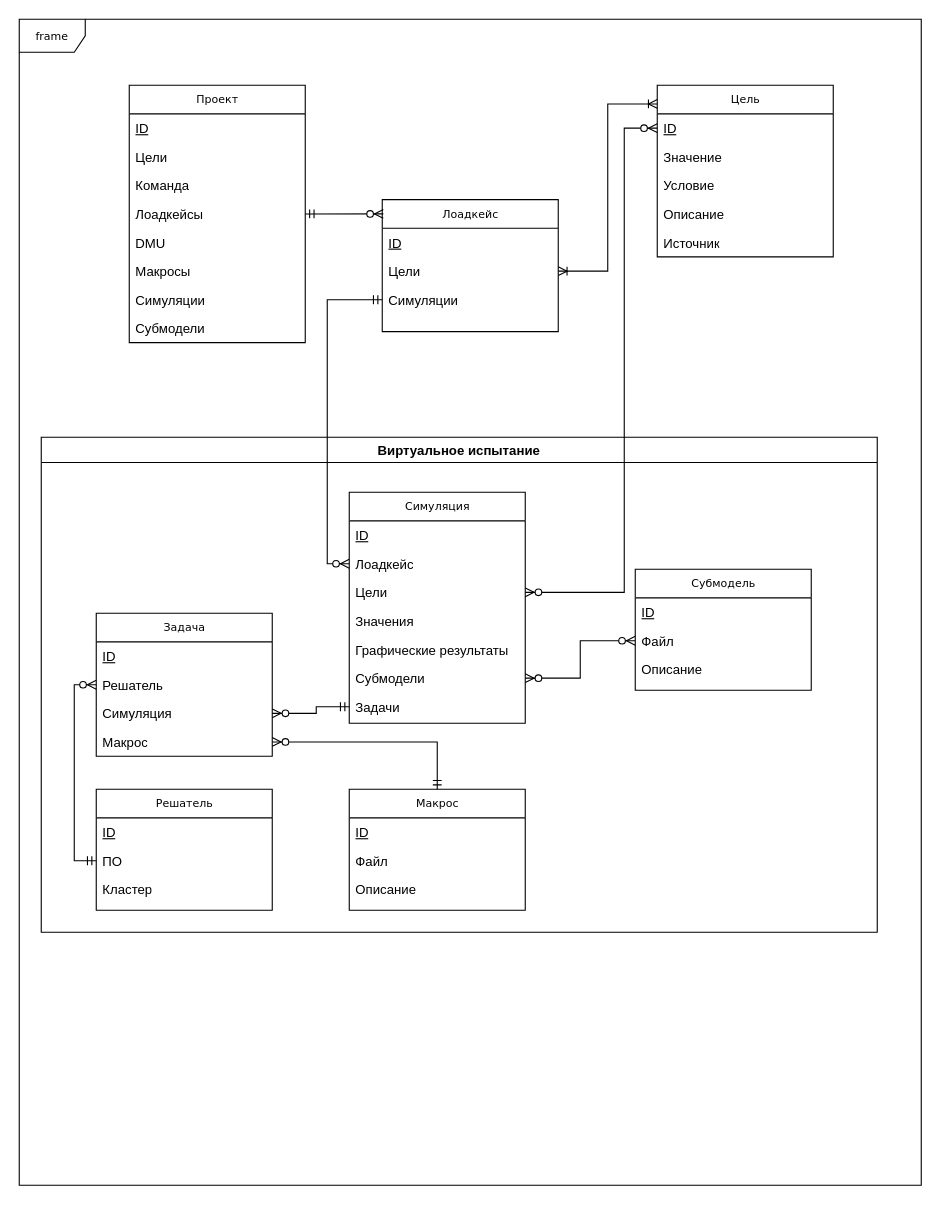
The draw.io diagram class bench diagram.drawio in AleksTikhonov/CML-Bench-API, before the edit. Source tidied: cells renumbered, new cells numbered last; positions are measured from the earlier drawing's top-left corner, leaving out a move shared by most shapes. Both pictures are drawn from the tidied source at 110%, with x=0, y=0 at pixel (19, 19).
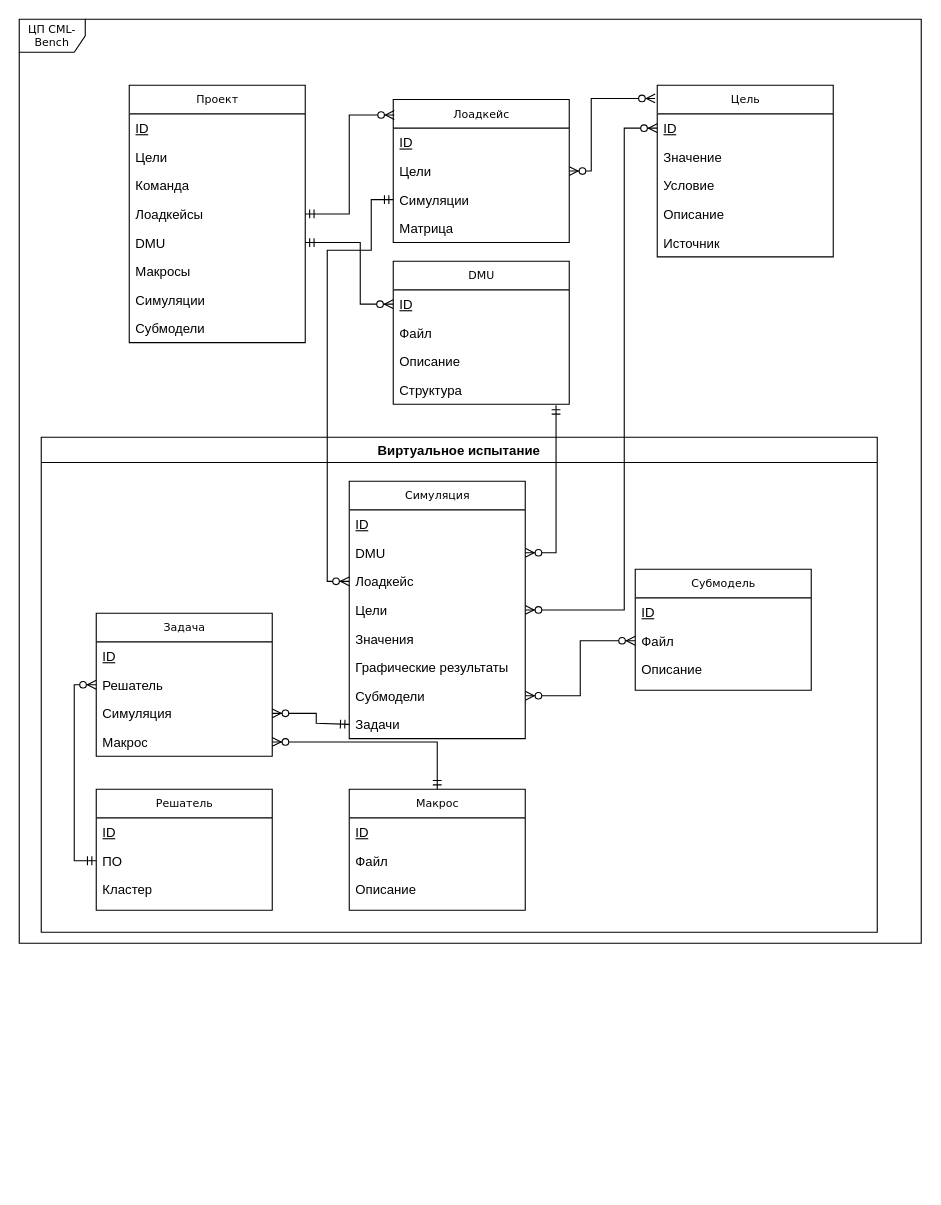
The same diagram, later.

Unchanged cells that the change refers to:
```xml
<mxCell id="7" value="Лоадкейсы" style="text;html=1;strokeColor=none;fillColor=none;align=left;verticalAlign=top;spacingLeft=4;spacingRight=4;whiteSpace=wrap;overflow=hidden;points=[[0,0.5],[1,0.5]];portConstraint=eastwest;" parent="3" vertex="1">
  <mxGeometry y="104" width="160" height="26" as="geometry" />
</mxCell>
<mxCell id="8" value="DMU" style="text;html=1;strokeColor=none;fillColor=none;align=left;verticalAlign=top;spacingLeft=4;spacingRight=4;whiteSpace=wrap;overflow=hidden;points=[[0,0.5],[1,0.5]];portConstraint=eastwest;" parent="3" vertex="1">
  <mxGeometry y="130" width="160" height="26" as="geometry" />
</mxCell>
<mxCell id="14" value="Цели" style="text;html=1;strokeColor=none;fillColor=none;align=left;verticalAlign=top;spacingLeft=4;spacingRight=4;whiteSpace=wrap;overflow=hidden;points=[[0,0.5],[1,0.5]];portConstraint=eastwest;" parent="12" vertex="1">
  <mxGeometry y="52" width="160" height="26" as="geometry" />
</mxCell>
<mxCell id="15" value="Симуляции" style="text;html=1;strokeColor=none;fillColor=none;align=left;verticalAlign=top;spacingLeft=4;spacingRight=4;whiteSpace=wrap;overflow=hidden;points=[[0,0.5],[1,0.5]];portConstraint=eastwest;" parent="12" vertex="1">
  <mxGeometry y="78" width="160" height="26" as="geometry" />
</mxCell>
<mxCell id="16" value="Цель" style="swimlane;html=1;fontStyle=0;horizontal=1;startSize=26;fillColor=none;swimlaneFillColor=#ffffff;rounded=0;shadow=0;comic=0;labelBackgroundColor=none;strokeWidth=1;fontFamily=Verdana;fontSize=10;align=center;" parent="1" vertex="1">
  <mxGeometry x="580" y="60" width="160" height="156" as="geometry" />
</mxCell>
<mxCell id="17" value="&lt;u&gt;ID&lt;/u&gt;" style="text;html=1;strokeColor=none;fillColor=none;align=left;verticalAlign=top;spacingLeft=4;spacingRight=4;whiteSpace=wrap;overflow=hidden;points=[[0,0.5],[1,0.5]];portConstraint=eastwest;" parent="16" vertex="1">
  <mxGeometry y="26" width="160" height="26" as="geometry" />
</mxCell>
<mxCell id="24" value="Виртуальное испытание" style="swimlane;" parent="1" vertex="1">
  <mxGeometry x="20" y="380" width="760" height="450" as="geometry" />
</mxCell>
<mxCell id="27" value="Файл" style="text;html=1;strokeColor=none;fillColor=none;align=left;verticalAlign=top;spacingLeft=4;spacingRight=4;whiteSpace=wrap;overflow=hidden;points=[[0,0.5],[1,0.5]];portConstraint=eastwest;" parent="25" vertex="1">
  <mxGeometry y="52" width="160" height="26" as="geometry" />
</mxCell>
<mxCell id="40" value="Симуляция" style="text;html=1;strokeColor=none;fillColor=none;align=left;verticalAlign=top;spacingLeft=4;spacingRight=4;whiteSpace=wrap;overflow=hidden;points=[[0,0.5],[1,0.5]];portConstraint=eastwest;" parent="37" vertex="1">
  <mxGeometry y="78" width="160" height="26" as="geometry" />
</mxCell>
```

The edit, as a diff of the source:
```diff
@@
-    <mxCell id="2" value="frame" style="shape=umlFrame;whiteSpace=wrap;html=1;rounded=0;shadow=0;comic=0;labelBackgroundColor=none;strokeWidth=1;fontFamily=Verdana;fontSize=10;align=center;" parent="1" vertex="1">
-      <mxGeometry width="820" height="1060" as="geometry" />
+    <mxCell id="2" value="ЦП CML-Bench" style="shape=umlFrame;whiteSpace=wrap;html=1;rounded=0;shadow=0;comic=0;labelBackgroundColor=none;strokeWidth=1;fontFamily=Verdana;fontSize=10;align=center;" parent="1" vertex="1">
+      <mxGeometry width="820" height="840" as="geometry" />
     </mxCell>
@@
     <mxCell id="12" value="Лоадкейс" style="swimlane;html=1;fontStyle=0;horizontal=1;startSize=26;fillColor=none;swimlaneFillColor=#ffffff;rounded=0;shadow=0;comic=0;labelBackgroundColor=none;strokeWidth=1;fontFamily=Verdana;fontSize=10;align=center;" parent="1" vertex="1">
-      <mxGeometry x="330" y="164" width="160" height="120" as="geometry" />
+      <mxGeometry x="340" y="73" width="160" height="130" as="geometry" />
     </mxCell>
@@
+    <mxCell id="56" value="Матрица" style="text;html=1;strokeColor=none;fillColor=none;align=left;verticalAlign=top;spacingLeft=4;spacingRight=4;whiteSpace=wrap;overflow=hidden;" parent="12" vertex="1">
+      <mxGeometry y="104" width="160" height="26" as="geometry" />
+    </mxCell>
@@
-    <mxCell id="22" style="edgeStyle=orthogonalEdgeStyle;rounded=0;jettySize=auto;html=1;exitX=1;exitY=0.5;exitDx=0;exitDy=0;entryX=0;entryY=0.109;entryDx=0;entryDy=0;startArrow=ERoneToMany;startFill=0;endArrow=ERoneToMany;endFill=0;entryPerimeter=0;" parent="1" edge="1" source="14" target="16">
-      <mxGeometry relative="1" as="geometry" />
-    </mxCell>
     <mxCell id="23" style="edgeStyle=orthogonalEdgeStyle;rounded=0;jettySize=auto;html=1;endArrow=ERmandOne;endFill=0;startArrow=ERzeroToMany;startFill=1;exitX=0.006;exitY=0.108;exitDx=0;exitDy=0;exitPerimeter=0;entryX=1;entryY=0.5;entryDx=0;entryDy=0;" parent="1" edge="1" source="12" target="7">
-      <mxGeometry relative="1" as="geometry" />
+      <mxGeometry relative="1" as="geometry">
+        <Array as="points">
+          <mxPoint x="300" y="87" />
+          <mxPoint x="300" y="177" />
+        </Array>
+      </mxGeometry>
     </mxCell>
@@
     <mxCell id="29" value="Симуляция" style="swimlane;html=1;fontStyle=0;horizontal=1;startSize=26;fillColor=none;swimlaneFillColor=#ffffff;rounded=0;shadow=0;comic=0;labelBackgroundColor=none;strokeWidth=1;fontFamily=Verdana;fontSize=10;align=center;" parent="24" vertex="1">
-      <mxGeometry x="280" y="50" width="160" height="210" as="geometry" />
+      <mxGeometry x="280" y="40" width="160" height="234" as="geometry" />
     </mxCell>
@@
+    <mxCell id="57" value="DMU" style="text;html=1;strokeColor=none;fillColor=none;align=left;verticalAlign=top;spacingLeft=4;spacingRight=4;whiteSpace=wrap;overflow=hidden;points=[[0,0.5],[1,0.5]];portConstraint=eastwest;" parent="29" vertex="1">
+      <mxGeometry y="52" width="160" height="26" as="geometry" />
+    </mxCell>
     <mxCell id="31" value="Лоадкейс" style="text;html=1;strokeColor=none;fillColor=none;align=left;verticalAlign=top;spacingLeft=4;spacingRight=4;whiteSpace=wrap;overflow=hidden;points=[[0,0.5],[1,0.5]];portConstraint=eastwest;" parent="29" vertex="1">
-      <mxGeometry y="52" width="160" height="26" as="geometry" />
+      <mxGeometry y="78" width="160" height="26" as="geometry" />
     </mxCell>
     <mxCell id="32" value="Цели" style="text;html=1;strokeColor=none;fillColor=none;align=left;verticalAlign=top;spacingLeft=4;spacingRight=4;whiteSpace=wrap;overflow=hidden;points=[[0,0.5],[1,0.5]];portConstraint=eastwest;" parent="29" vertex="1">
-      <mxGeometry y="78" width="160" height="26" as="geometry" />
+      <mxGeometry y="104" width="160" height="26" as="geometry" />
     </mxCell>
     <mxCell id="33" value="Значения" style="text;html=1;strokeColor=none;fillColor=none;align=left;verticalAlign=top;spacingLeft=4;spacingRight=4;whiteSpace=wrap;overflow=hidden;" parent="29" vertex="1">
-      <mxGeometry y="104" width="160" height="26" as="geometry" />
+      <mxGeometry y="130" width="160" height="26" as="geometry" />
     </mxCell>
     <mxCell id="34" value="Графические результаты" style="text;html=1;strokeColor=none;fillColor=none;align=left;verticalAlign=top;spacingLeft=4;spacingRight=4;whiteSpace=wrap;overflow=hidden;" parent="29" vertex="1">
-      <mxGeometry y="130" width="160" height="26" as="geometry" />
+      <mxGeometry y="156" width="160" height="26" as="geometry" />
     </mxCell>
     <mxCell id="35" value="Субмодели" style="text;html=1;strokeColor=none;fillColor=none;align=left;verticalAlign=top;spacingLeft=4;spacingRight=4;whiteSpace=wrap;overflow=hidden;points=[[0,0.5],[1,0.5]];portConstraint=eastwest;" parent="29" vertex="1">
-      <mxGeometry y="156" width="160" height="26" as="geometry" />
+      <mxGeometry y="182" width="160" height="26" as="geometry" />
     </mxCell>
     <mxCell id="36" value="Задачи" style="text;html=1;strokeColor=none;fillColor=none;align=left;verticalAlign=top;spacingLeft=4;spacingRight=4;whiteSpace=wrap;overflow=hidden;points=[[0,0.5],[1,0.5]];portConstraint=eastwest;" parent="29" vertex="1">
-      <mxGeometry y="182" width="160" height="26" as="geometry" />
+      <mxGeometry y="208" width="160" height="26" as="geometry" />
     </mxCell>
@@
     <mxCell id="42" style="edgeStyle=orthogonalEdgeStyle;rounded=0;jettySize=auto;html=1;endArrow=ERmandOne;endFill=0;startArrow=ERzeroToMany;startFill=1;exitX=1;exitY=0.5;exitDx=0;exitDy=0;entryX=0;entryY=0.5;entryDx=0;entryDy=0;" parent="24" edge="1" source="40" target="36">
       <mxGeometry relative="1" as="geometry">
         <Array as="points">
           <mxPoint x="250" y="251" />
-          <mxPoint x="250" y="245" />
+          <mxPoint x="250" y="260" />
         </Array>
       </mxGeometry>
     </mxCell>
@@
     <mxCell id="53" style="edgeStyle=orthogonalEdgeStyle;rounded=0;jettySize=auto;html=1;startArrow=ERzeroToMany;startFill=1;endArrow=ERzeroToMany;endFill=1;exitX=0;exitY=0.5;exitDx=0;exitDy=0;entryX=1;entryY=0.5;entryDx=0;entryDy=0;" parent="24" edge="1" source="27" target="35">
       <mxGeometry relative="1" as="geometry">
         <Array as="points">
           <mxPoint x="490" y="185" />
-          <mxPoint x="490" y="219" />
+          <mxPoint x="490" y="235" />
         </Array>
       </mxGeometry>
     </mxCell>
     <mxCell id="54" style="edgeStyle=orthogonalEdgeStyle;rounded=0;jettySize=auto;html=1;endArrow=ERmandOne;endFill=0;startArrow=ERzeroToMany;startFill=1;exitX=0;exitY=0.5;exitDx=0;exitDy=0;entryX=0;entryY=0.5;entryDx=0;entryDy=0;" parent="1" edge="1" source="31" target="15">
-      <mxGeometry relative="1" as="geometry" />
+      <mxGeometry relative="1" as="geometry">
+        <Array as="points">
+          <mxPoint x="280" y="511" />
+          <mxPoint x="280" y="210" />
+          <mxPoint x="320" y="210" />
+          <mxPoint x="320" y="164" />
+        </Array>
+      </mxGeometry>
     </mxCell>
     <mxCell id="55" style="edgeStyle=orthogonalEdgeStyle;rounded=0;jettySize=auto;html=1;startArrow=ERzeroToMany;startFill=1;endArrow=ERzeroToMany;endFill=1;exitX=0;exitY=0.5;exitDx=0;exitDy=0;entryX=1;entryY=0.5;entryDx=0;entryDy=0;" parent="1" edge="1" source="17" target="32">
       <mxGeometry relative="1" as="geometry">
         <Array as="points">
           <mxPoint x="550" y="99" />
-          <mxPoint x="550" y="521" />
+          <mxPoint x="550" y="537" />
         </Array>
       </mxGeometry>
     </mxCell>
+    <mxCell id="58" value="DMU" style="swimlane;html=1;fontStyle=0;horizontal=1;startSize=26;fillColor=none;swimlaneFillColor=#ffffff;rounded=0;shadow=0;comic=0;labelBackgroundColor=none;strokeWidth=1;fontFamily=Verdana;fontSize=10;align=center;" parent="1" vertex="1">
+      <mxGeometry x="340" y="220" width="160" height="130" as="geometry" />
+    </mxCell>
+    <mxCell id="59" value="&lt;u&gt;ID&lt;/u&gt;" style="text;html=1;strokeColor=none;fillColor=none;align=left;verticalAlign=top;spacingLeft=4;spacingRight=4;whiteSpace=wrap;overflow=hidden;points=[[0,0.5],[1,0.5]];portConstraint=eastwest;" parent="58" vertex="1">
+      <mxGeometry y="26" width="160" height="26" as="geometry" />
+    </mxCell>
+    <mxCell id="60" value="Файл" style="text;html=1;strokeColor=none;fillColor=none;align=left;verticalAlign=top;spacingLeft=4;spacingRight=4;whiteSpace=wrap;overflow=hidden;" parent="58" vertex="1">
+      <mxGeometry y="52" width="160" height="26" as="geometry" />
+    </mxCell>
+    <mxCell id="61" value="Описание" style="text;html=1;strokeColor=none;fillColor=none;align=left;verticalAlign=top;spacingLeft=4;spacingRight=4;whiteSpace=wrap;overflow=hidden;" parent="58" vertex="1">
+      <mxGeometry y="78" width="160" height="26" as="geometry" />
+    </mxCell>
+    <mxCell id="62" value="Структура" style="text;html=1;strokeColor=none;fillColor=none;align=left;verticalAlign=top;spacingLeft=4;spacingRight=4;whiteSpace=wrap;overflow=hidden;points=[[0,0.5],[1,0.5]];portConstraint=eastwest;" parent="58" vertex="1">
+      <mxGeometry y="104" width="160" height="26" as="geometry" />
+    </mxCell>
+    <mxCell id="63" style="edgeStyle=orthogonalEdgeStyle;rounded=0;jettySize=auto;html=1;endArrow=ERmandOne;endFill=0;startArrow=ERzeroToMany;startFill=1;exitX=0;exitY=0.5;exitDx=0;exitDy=0;entryX=1;entryY=0.5;entryDx=0;entryDy=0;" parent="1" edge="1" source="59" target="8">
+      <mxGeometry relative="1" as="geometry">
+        <Array as="points">
+          <mxPoint x="310" y="259" />
+          <mxPoint x="310" y="203" />
+        </Array>
+      </mxGeometry>
+    </mxCell>
+    <mxCell id="64" style="edgeStyle=orthogonalEdgeStyle;rounded=0;jettySize=auto;html=1;endArrow=ERmandOne;endFill=0;startArrow=ERzeroToMany;startFill=1;exitX=1;exitY=0.5;exitDx=0;exitDy=0;entryX=0.925;entryY=1.038;entryDx=0;entryDy=0;entryPerimeter=0;" parent="1" edge="1" source="57" target="62">
+      <mxGeometry relative="1" as="geometry">
+        <Array as="points">
+          <mxPoint x="488" y="485" />
+        </Array>
+      </mxGeometry>
+    </mxCell>
+    <mxCell id="65" style="edgeStyle=orthogonalEdgeStyle;rounded=0;jettySize=auto;html=1;startArrow=ERzeroToMany;startFill=1;endArrow=ERzeroToMany;endFill=1;exitX=-0.012;exitY=0.077;exitDx=0;exitDy=0;entryX=1;entryY=0.5;entryDx=0;entryDy=0;exitPerimeter=0;" parent="1" edge="1" source="16" target="14">
+      <mxGeometry relative="1" as="geometry">
+        <Array as="points">
+          <mxPoint x="520" y="72" />
+          <mxPoint x="520" y="138" />
+        </Array>
+      </mxGeometry>
+    </mxCell>
```
